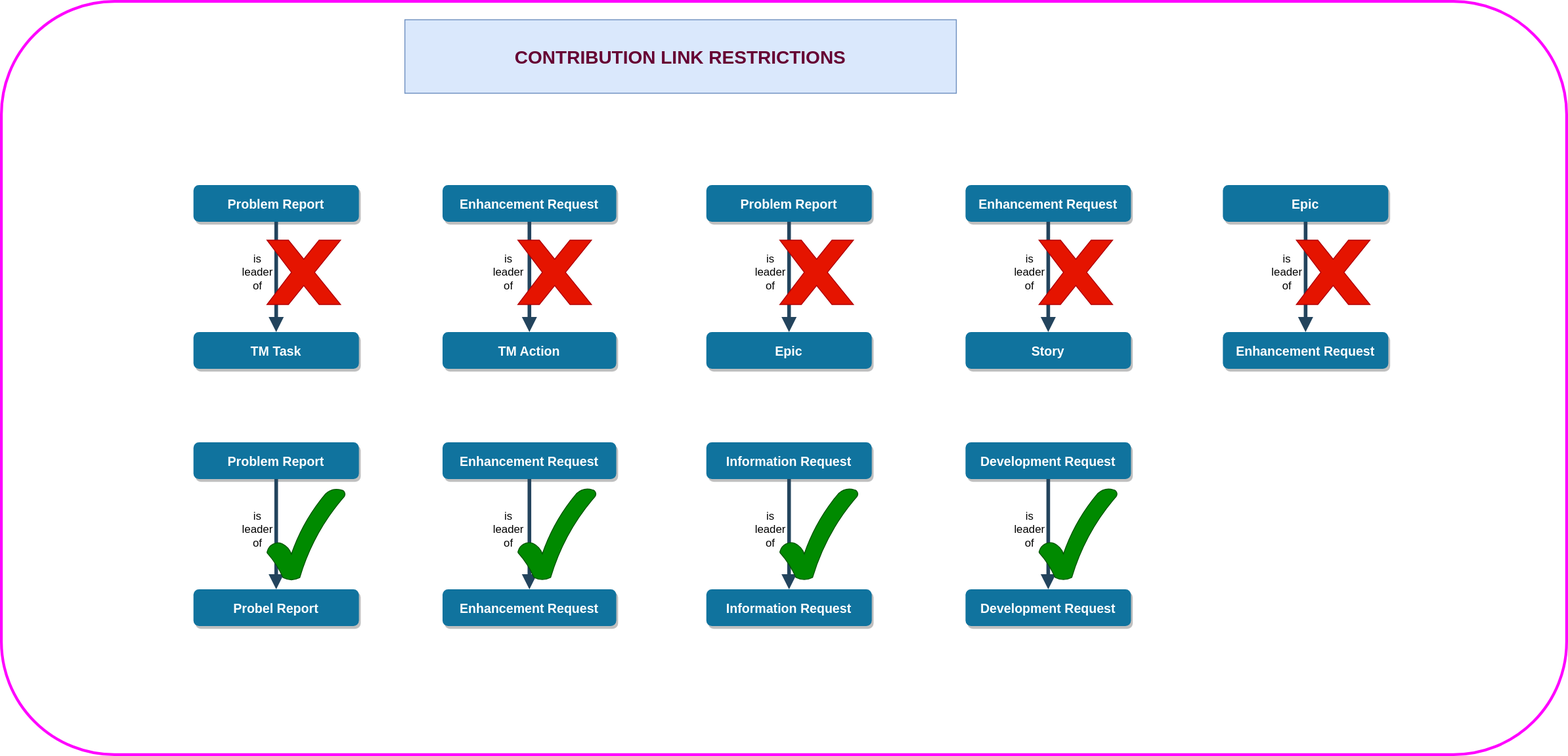
The draw.io diagram Contribution_Link_Restrictions.svg in alaindelanay/drawings, before a commit. Source tidied: cells renumbered, new cells last; positions are measured from the earlier drawing's top-left corner, leaving out a move shared by most shapes. The source it was exported from:
```xml
<mxGraphModel background="#FFFFFF">
  <root>
    <mxCell id="0" />
    <mxCell id="1" parent="0" />
    <mxCell id="2" style="rounded=1;whiteSpace=wrap;html=1;fillColor=none;strokeColor=#FF00FF;strokeWidth=3;perimeterSpacing=3;" parent="1" vertex="1">
      <mxGeometry width="1703" height="820" as="geometry" />
    </mxCell>
    <mxCell id="3" value="Problem Report" style="rounded=1;fillColor=#10739E;strokeColor=none;shadow=1;gradientColor=none;fontStyle=1;fontColor=#FFFFFF;fontSize=14;" parent="1" vertex="1">
      <mxGeometry x="209" y="200" width="180" height="40" as="geometry" />
    </mxCell>
    <mxCell id="4" value="TM Task" style="rounded=1;fillColor=#10739E;strokeColor=none;shadow=1;gradientColor=none;fontStyle=1;fontColor=#FFFFFF;fontSize=14;" parent="1" vertex="1">
      <mxGeometry x="209" y="360" width="180" height="40" as="geometry" />
    </mxCell>
    <mxCell id="5" style="edgeStyle=elbowEdgeStyle;elbow=vertical;strokeWidth=4;endArrow=block;endFill=1;fontStyle=1;strokeColor=#23445D;exitX=0.5;exitY=1;exitDx=0;exitDy=0;" parent="1" edge="1" source="3" target="4">
      <mxGeometry x="110" y="-224.5" as="geometry" />
    </mxCell>
    <mxCell id="6" value="CONTRIBUTION LINK RESTRICTIONS" style="rounded=0;whiteSpace=wrap;html=1;fillColor=#dae8fc;strokeColor=#6c8ebf;fontSize=20;fontStyle=1;fontColor=#660033;" parent="1" vertex="1">
      <mxGeometry x="439" y="20" width="600" height="80" as="geometry" />
    </mxCell>
    <mxCell id="7" value="is &lt;br&gt;leader&lt;br&gt;of" style="text;html=1;strokeColor=none;fillColor=none;align=center;verticalAlign=middle;whiteSpace=wrap;rounded=0;" parent="1" vertex="1">
      <mxGeometry x="249" y="280" width="60" height="30" as="geometry" />
    </mxCell>
    <mxCell id="8" style="verticalLabelPosition=bottom;verticalAlign=top;html=1;shape=mxgraph.basic.x;fillColor=#e51400;strokeColor=#B20000;fontColor=#ffffff;" parent="1" vertex="1">
      <mxGeometry x="289" y="260" width="80" height="70" as="geometry" />
    </mxCell>
    <mxCell id="9" value="Enhancement Request" style="rounded=1;fillColor=#10739E;strokeColor=none;shadow=1;gradientColor=none;fontStyle=1;fontColor=#FFFFFF;fontSize=14;" parent="1" vertex="1">
      <mxGeometry x="480" y="200" width="189" height="40" as="geometry" />
    </mxCell>
    <mxCell id="10" value="TM Action" style="rounded=1;fillColor=#10739E;strokeColor=none;shadow=1;gradientColor=none;fontStyle=1;fontColor=#FFFFFF;fontSize=14;" parent="1" vertex="1">
      <mxGeometry x="480" y="360" width="189" height="40" as="geometry" />
    </mxCell>
    <mxCell id="11" style="edgeStyle=elbowEdgeStyle;elbow=vertical;strokeWidth=4;endArrow=block;endFill=1;fontStyle=1;strokeColor=#23445D;exitX=0.5;exitY=1;exitDx=0;exitDy=0;" parent="1" edge="1" source="9" target="10">
      <mxGeometry x="313" y="-224.5" as="geometry" />
    </mxCell>
    <mxCell id="12" value="is &lt;br&gt;leader&lt;br&gt;of" style="text;html=1;strokeColor=none;fillColor=none;align=center;verticalAlign=middle;whiteSpace=wrap;rounded=0;" parent="1" vertex="1">
      <mxGeometry x="522" y="280" width="60" height="30" as="geometry" />
    </mxCell>
    <mxCell id="13" style="verticalLabelPosition=bottom;verticalAlign=top;html=1;shape=mxgraph.basic.x;fillColor=#e51400;strokeColor=#B20000;fontColor=#ffffff;" parent="1" vertex="1">
      <mxGeometry x="562" y="260" width="80" height="70" as="geometry" />
    </mxCell>
    <mxCell id="14" value="Problem Report" style="rounded=1;fillColor=#10739E;strokeColor=none;shadow=1;gradientColor=none;fontStyle=1;fontColor=#FFFFFF;fontSize=14;" parent="1" vertex="1">
      <mxGeometry x="767" y="200" width="180" height="40" as="geometry" />
    </mxCell>
    <mxCell id="15" value="Epic" style="rounded=1;fillColor=#10739E;strokeColor=none;shadow=1;gradientColor=none;fontStyle=1;fontColor=#FFFFFF;fontSize=14;" parent="1" vertex="1">
      <mxGeometry x="767" y="360" width="180" height="40" as="geometry" />
    </mxCell>
    <mxCell id="16" style="edgeStyle=elbowEdgeStyle;elbow=vertical;strokeWidth=4;endArrow=block;endFill=1;fontStyle=1;strokeColor=#23445D;exitX=0.5;exitY=1;exitDx=0;exitDy=0;" parent="1" edge="1" source="14" target="15">
      <mxGeometry x="668" y="-224.5" as="geometry" />
    </mxCell>
    <mxCell id="17" value="is &lt;br&gt;leader&lt;br&gt;of" style="text;html=1;strokeColor=none;fillColor=none;align=center;verticalAlign=middle;whiteSpace=wrap;rounded=0;" parent="1" vertex="1">
      <mxGeometry x="807" y="280" width="60" height="30" as="geometry" />
    </mxCell>
    <mxCell id="18" style="verticalLabelPosition=bottom;verticalAlign=top;html=1;shape=mxgraph.basic.x;fillColor=#e51400;strokeColor=#B20000;fontColor=#ffffff;" parent="1" vertex="1">
      <mxGeometry x="847" y="260" width="80" height="70" as="geometry" />
    </mxCell>
    <mxCell id="19" value="Enhancement Request" style="rounded=1;fillColor=#10739E;strokeColor=none;shadow=1;gradientColor=none;fontStyle=1;fontColor=#FFFFFF;fontSize=14;" parent="1" vertex="1">
      <mxGeometry x="1049" y="200" width="180" height="40" as="geometry" />
    </mxCell>
    <mxCell id="20" value="Story" style="rounded=1;fillColor=#10739E;strokeColor=none;shadow=1;gradientColor=none;fontStyle=1;fontColor=#FFFFFF;fontSize=14;" parent="1" vertex="1">
      <mxGeometry x="1049" y="360" width="180" height="40" as="geometry" />
    </mxCell>
    <mxCell id="21" style="edgeStyle=elbowEdgeStyle;elbow=vertical;strokeWidth=4;endArrow=block;endFill=1;fontStyle=1;strokeColor=#23445D;exitX=0.5;exitY=1;exitDx=0;exitDy=0;" parent="1" edge="1" source="19" target="20">
      <mxGeometry x="950" y="-224.5" as="geometry" />
    </mxCell>
    <mxCell id="22" value="is &lt;br&gt;leader&lt;br&gt;of" style="text;html=1;strokeColor=none;fillColor=none;align=center;verticalAlign=middle;whiteSpace=wrap;rounded=0;" parent="1" vertex="1">
      <mxGeometry x="1089" y="280" width="60" height="30" as="geometry" />
    </mxCell>
    <mxCell id="23" style="verticalLabelPosition=bottom;verticalAlign=top;html=1;shape=mxgraph.basic.x;fillColor=#e51400;strokeColor=#B20000;fontColor=#ffffff;" parent="1" vertex="1">
      <mxGeometry x="1129" y="260" width="80" height="70" as="geometry" />
    </mxCell>
    <mxCell id="24" value="Problem Report" style="rounded=1;fillColor=#10739E;strokeColor=none;shadow=1;gradientColor=none;fontStyle=1;fontColor=#FFFFFF;fontSize=14;" parent="1" vertex="1">
      <mxGeometry x="209" y="480" width="180" height="40" as="geometry" />
    </mxCell>
    <mxCell id="25" value="Probel Report" style="rounded=1;fillColor=#10739E;strokeColor=none;shadow=1;gradientColor=none;fontStyle=1;fontColor=#FFFFFF;fontSize=14;" parent="1" vertex="1">
      <mxGeometry x="209" y="640" width="180" height="40" as="geometry" />
    </mxCell>
    <mxCell id="26" style="edgeStyle=elbowEdgeStyle;elbow=vertical;strokeWidth=4;endArrow=block;endFill=1;fontStyle=1;strokeColor=#23445D;exitX=0.5;exitY=1;exitDx=0;exitDy=0;" parent="1" edge="1" source="24" target="25">
      <mxGeometry x="110" y="55.5" as="geometry" />
    </mxCell>
    <mxCell id="27" value="is &lt;br&gt;leader&lt;br&gt;of" style="text;html=1;strokeColor=none;fillColor=none;align=center;verticalAlign=middle;whiteSpace=wrap;rounded=0;" parent="1" vertex="1">
      <mxGeometry x="249" y="560" width="60" height="30" as="geometry" />
    </mxCell>
    <mxCell id="28" value="Enhancement Request" style="rounded=1;fillColor=#10739E;strokeColor=none;shadow=1;gradientColor=none;fontStyle=1;fontColor=#FFFFFF;fontSize=14;" parent="1" vertex="1">
      <mxGeometry x="480" y="480" width="189" height="40" as="geometry" />
    </mxCell>
    <mxCell id="29" value="Enhancement Request" style="rounded=1;fillColor=#10739E;strokeColor=none;shadow=1;gradientColor=none;fontStyle=1;fontColor=#FFFFFF;fontSize=14;" parent="1" vertex="1">
      <mxGeometry x="480" y="640" width="189" height="40" as="geometry" />
    </mxCell>
    <mxCell id="30" style="edgeStyle=elbowEdgeStyle;elbow=vertical;strokeWidth=4;endArrow=block;endFill=1;fontStyle=1;strokeColor=#23445D;exitX=0.5;exitY=1;exitDx=0;exitDy=0;" parent="1" edge="1" source="28" target="29">
      <mxGeometry x="313" y="55.5" as="geometry" />
    </mxCell>
    <mxCell id="31" value="is &lt;br&gt;leader&lt;br&gt;of" style="text;html=1;strokeColor=none;fillColor=none;align=center;verticalAlign=middle;whiteSpace=wrap;rounded=0;" parent="1" vertex="1">
      <mxGeometry x="522" y="560" width="60" height="30" as="geometry" />
    </mxCell>
    <mxCell id="32" value="Information Request" style="rounded=1;fillColor=#10739E;strokeColor=none;shadow=1;gradientColor=none;fontStyle=1;fontColor=#FFFFFF;fontSize=14;" parent="1" vertex="1">
      <mxGeometry x="767" y="480" width="180" height="40" as="geometry" />
    </mxCell>
    <mxCell id="33" value="Information Request" style="rounded=1;fillColor=#10739E;strokeColor=none;shadow=1;gradientColor=none;fontStyle=1;fontColor=#FFFFFF;fontSize=14;" parent="1" vertex="1">
      <mxGeometry x="767" y="640" width="180" height="40" as="geometry" />
    </mxCell>
    <mxCell id="34" style="edgeStyle=elbowEdgeStyle;elbow=vertical;strokeWidth=4;endArrow=block;endFill=1;fontStyle=1;strokeColor=#23445D;exitX=0.5;exitY=1;exitDx=0;exitDy=0;" parent="1" edge="1" source="32" target="33">
      <mxGeometry x="668" y="55.5" as="geometry" />
    </mxCell>
    <mxCell id="35" value="is &lt;br&gt;leader&lt;br&gt;of" style="text;html=1;strokeColor=none;fillColor=none;align=center;verticalAlign=middle;whiteSpace=wrap;rounded=0;" parent="1" vertex="1">
      <mxGeometry x="807" y="560" width="60" height="30" as="geometry" />
    </mxCell>
    <mxCell id="36" value="Development Request" style="rounded=1;fillColor=#10739E;strokeColor=none;shadow=1;gradientColor=none;fontStyle=1;fontColor=#FFFFFF;fontSize=14;" parent="1" vertex="1">
      <mxGeometry x="1049" y="480" width="180" height="40" as="geometry" />
    </mxCell>
    <mxCell id="37" value="Development Request" style="rounded=1;fillColor=#10739E;strokeColor=none;shadow=1;gradientColor=none;fontStyle=1;fontColor=#FFFFFF;fontSize=14;" parent="1" vertex="1">
      <mxGeometry x="1049" y="640" width="180" height="40" as="geometry" />
    </mxCell>
    <mxCell id="38" style="edgeStyle=elbowEdgeStyle;elbow=vertical;strokeWidth=4;endArrow=block;endFill=1;fontStyle=1;strokeColor=#23445D;exitX=0.5;exitY=1;exitDx=0;exitDy=0;" parent="1" edge="1" source="36" target="37">
      <mxGeometry x="950" y="55.5" as="geometry" />
    </mxCell>
    <mxCell id="39" value="is &lt;br&gt;leader&lt;br&gt;of" style="text;html=1;strokeColor=none;fillColor=none;align=center;verticalAlign=middle;whiteSpace=wrap;rounded=0;" parent="1" vertex="1">
      <mxGeometry x="1089" y="560" width="60" height="30" as="geometry" />
    </mxCell>
    <mxCell id="40" style="verticalLabelPosition=bottom;verticalAlign=top;html=1;shape=mxgraph.basic.tick;fillColor=#008a00;fontColor=#ffffff;strokeColor=#005700;" parent="1" vertex="1">
      <mxGeometry x="289" y="530.2" width="85" height="100" as="geometry" />
    </mxCell>
    <mxCell id="41" style="verticalLabelPosition=bottom;verticalAlign=top;html=1;shape=mxgraph.basic.tick;fillColor=#008a00;fontColor=#ffffff;strokeColor=#005700;" parent="1" vertex="1">
      <mxGeometry x="562" y="530" width="85" height="100" as="geometry" />
    </mxCell>
    <mxCell id="42" style="verticalLabelPosition=bottom;verticalAlign=top;html=1;shape=mxgraph.basic.tick;fillColor=#008a00;fontColor=#ffffff;strokeColor=#005700;" parent="1" vertex="1">
      <mxGeometry x="847" y="530" width="85" height="100" as="geometry" />
    </mxCell>
    <mxCell id="43" style="verticalLabelPosition=bottom;verticalAlign=top;html=1;shape=mxgraph.basic.tick;fillColor=#008a00;fontColor=#ffffff;strokeColor=#005700;" parent="1" vertex="1">
      <mxGeometry x="1129" y="530" width="85" height="100" as="geometry" />
    </mxCell>
    <mxCell id="44" value="Epic" style="rounded=1;fillColor=#10739E;strokeColor=none;shadow=1;gradientColor=none;fontStyle=1;fontColor=#FFFFFF;fontSize=14;" parent="1" vertex="1">
      <mxGeometry x="1329" y="200" width="180" height="40" as="geometry" />
    </mxCell>
    <mxCell id="45" value="Enhancement Request" style="rounded=1;fillColor=#10739E;strokeColor=none;shadow=1;gradientColor=none;fontStyle=1;fontColor=#FFFFFF;fontSize=14;" parent="1" vertex="1">
      <mxGeometry x="1329" y="360" width="180" height="40" as="geometry" />
    </mxCell>
    <mxCell id="46" style="edgeStyle=elbowEdgeStyle;elbow=vertical;strokeWidth=4;endArrow=block;endFill=1;fontStyle=1;strokeColor=#23445D;exitX=0.5;exitY=1;exitDx=0;exitDy=0;" parent="1" edge="1" source="44" target="45">
      <mxGeometry x="1230" y="-224.5" as="geometry" />
    </mxCell>
    <mxCell id="47" value="is &lt;br&gt;leader&lt;br&gt;of" style="text;html=1;strokeColor=none;fillColor=none;align=center;verticalAlign=middle;whiteSpace=wrap;rounded=0;" parent="1" vertex="1">
      <mxGeometry x="1369" y="280" width="60" height="30" as="geometry" />
    </mxCell>
    <mxCell id="48" style="verticalLabelPosition=bottom;verticalAlign=top;html=1;shape=mxgraph.basic.x;fillColor=#e51400;strokeColor=#B20000;fontColor=#ffffff;" parent="1" vertex="1">
      <mxGeometry x="1409" y="260" width="80" height="70" as="geometry" />
    </mxCell>
  </root>
</mxGraphModel>
```
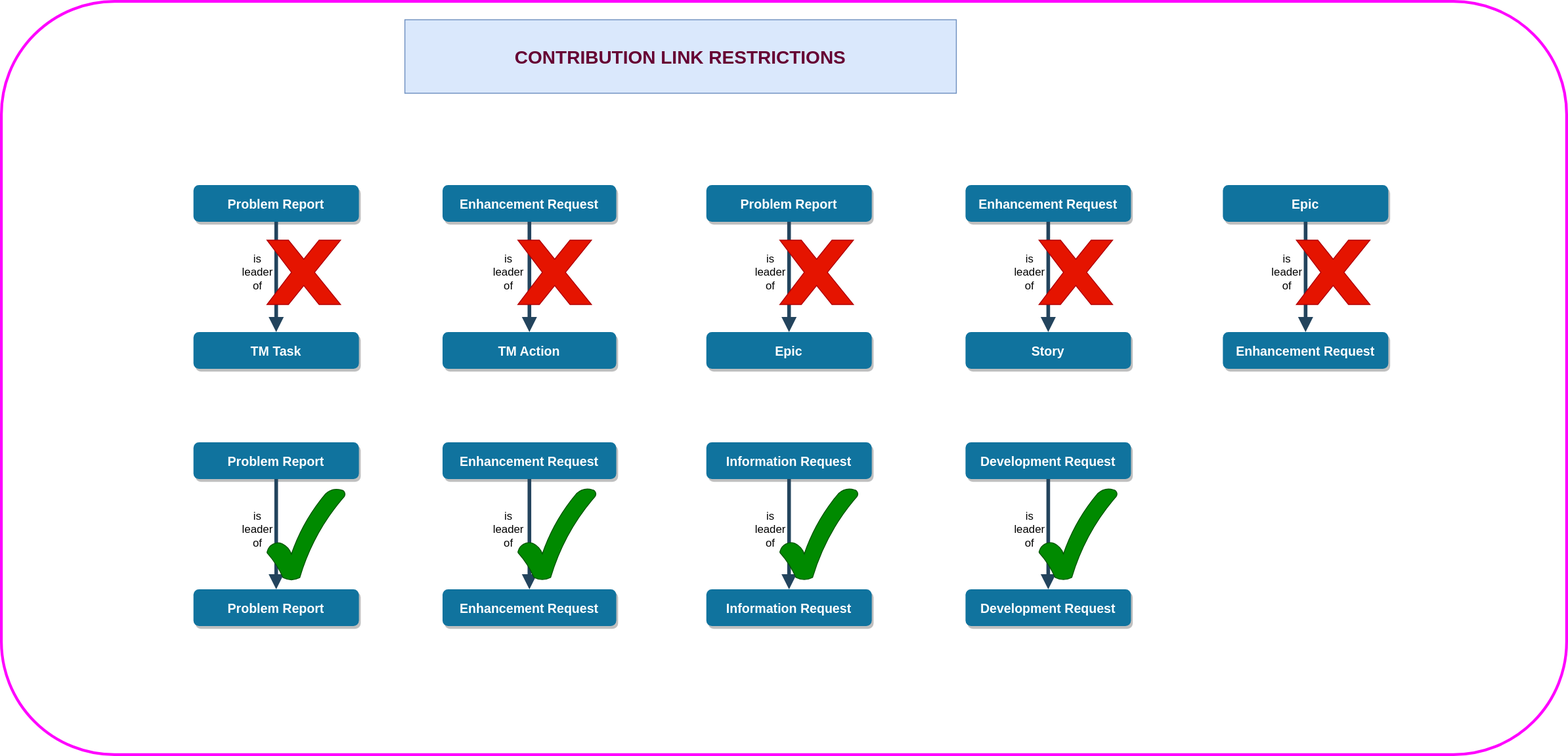
After the change.

The edit, as a diff of the source:
```diff
@@ -71,7 +71,7 @@
     <mxCell id="24" value="Problem Report" style="rounded=1;fillColor=#10739E;strokeColor=none;shadow=1;gradientColor=none;fontStyle=1;fontColor=#FFFFFF;fontSize=14;" parent="1" vertex="1">
       <mxGeometry x="209" y="480" width="180" height="40" as="geometry" />
     </mxCell>
-    <mxCell id="25" value="Probel Report" style="rounded=1;fillColor=#10739E;strokeColor=none;shadow=1;gradientColor=none;fontStyle=1;fontColor=#FFFFFF;fontSize=14;" parent="1" vertex="1">
+    <mxCell id="25" value="Problem Report" style="rounded=1;fillColor=#10739E;strokeColor=none;shadow=1;gradientColor=none;fontStyle=1;fontColor=#FFFFFF;fontSize=14;" parent="1" vertex="1">
       <mxGeometry x="209" y="640" width="180" height="40" as="geometry" />
     </mxCell>
     <mxCell id="26" style="edgeStyle=elbowEdgeStyle;elbow=vertical;strokeWidth=4;endArrow=block;endFill=1;fontStyle=1;strokeColor=#23445D;exitX=0.5;exitY=1;exitDx=0;exitDy=0;" parent="1" edge="1" source="24" target="25">
```
